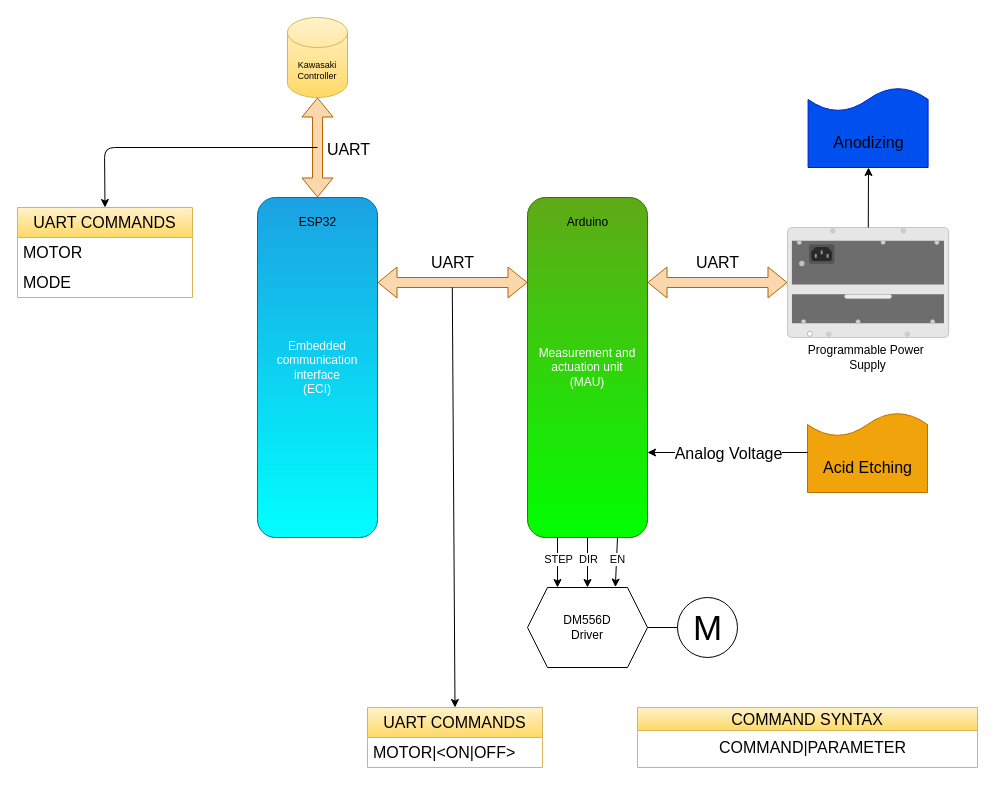
Earlier version of the draw.io diagram page "Hardware" (1 of 2) of docs.drawio (lasram-engineering/eci). Source tidied: cells renumbered, new cells numbered last; positions are measured from the earlier drawing's top-left corner, leaving out a move shared by most shapes. Both pictures are drawn from the tidied source at 100%, with x=0, y=0 at pixel (17, 17).
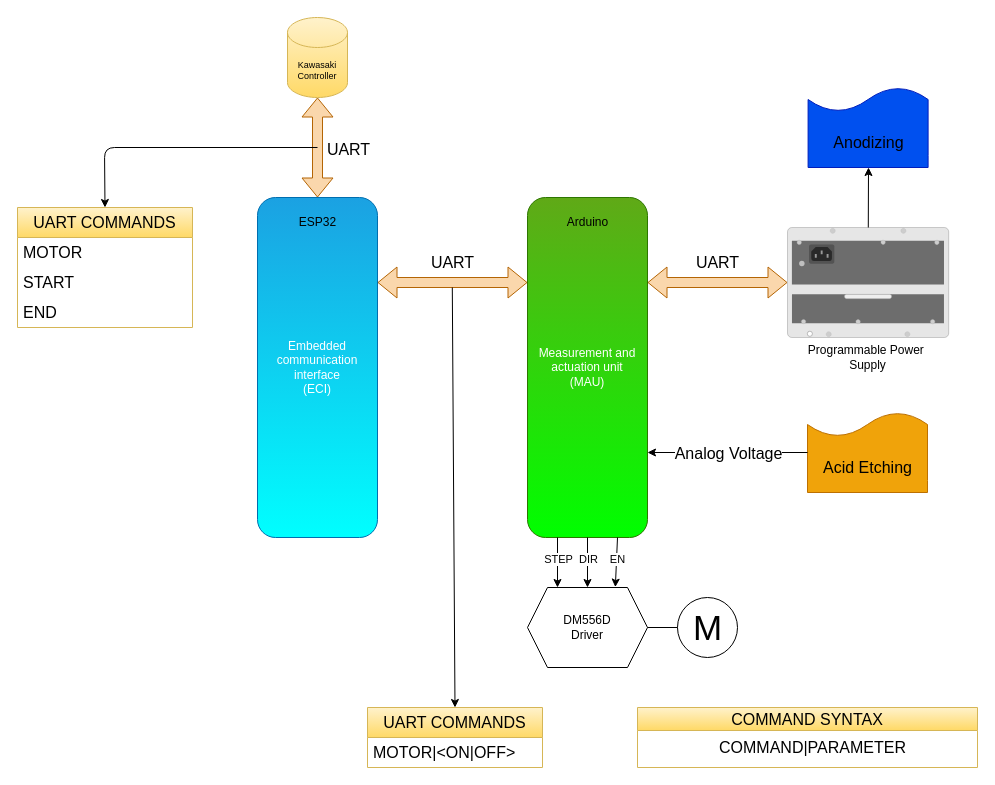
Above is the later version.

Commit message (it also covers changes not shown here):
Fixed bugs and added "start" uart command

Change to the diagram source:
```diff
@@
     <mxCell id="41" value="&lt;font color=&quot;#000000&quot;&gt;UART COMMANDS&lt;/font&gt;" style="swimlane;fontStyle=0;horizontal=1;startSize=30;whiteSpace=wrap;html=1;fontSize=16;fillColor=#fff2cc;gradientColor=#ffd966;strokeColor=#d6b656;" parent="1" vertex="1">
-      <mxGeometry y="190" width="175" height="90" as="geometry" />
+      <mxGeometry y="190" width="175" height="120" as="geometry" />
     </mxCell>
@@
-    <mxCell id="43" value="MODE" style="text;strokeColor=none;fillColor=none;align=left;verticalAlign=middle;spacingLeft=4;spacingRight=4;overflow=hidden;whiteSpace=wrap;html=1;fontSize=16;" parent="41" vertex="1">
+    <mxCell id="43" value="START" style="text;strokeColor=none;fillColor=none;align=left;verticalAlign=middle;spacingLeft=4;spacingRight=4;overflow=hidden;whiteSpace=wrap;html=1;fontSize=16;" parent="41" vertex="1">
       <mxGeometry y="60" width="175" height="30" as="geometry" />
     </mxCell>
+    <mxCell id="45" value="END" style="text;strokeColor=none;fillColor=none;align=left;verticalAlign=middle;spacingLeft=4;spacingRight=4;overflow=hidden;whiteSpace=wrap;html=1;fontSize=16;" parent="41" vertex="1">
+      <mxGeometry y="90" width="175" height="30" as="geometry" />
+    </mxCell>
```
